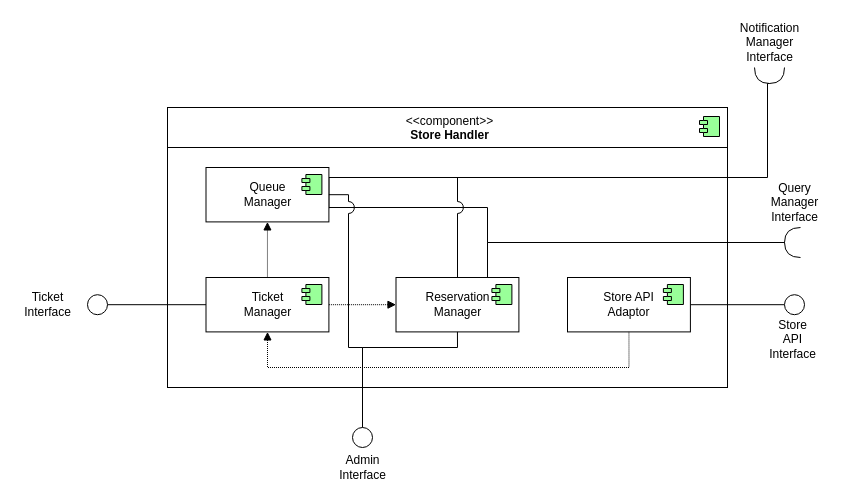
The draw.io diagram DD/images/draw.io/store_handler.drawio in andreafra/Software-Engineering-2-Project-2021, before the edit. Source tidied: cells renumbered, new cells numbered last; positions are measured from the earlier drawing's top-left corner, leaving out a move shared by most shapes. Both pictures are drawn from the tidied source at 100%, with x=0, y=0 at pixel (17, 17).
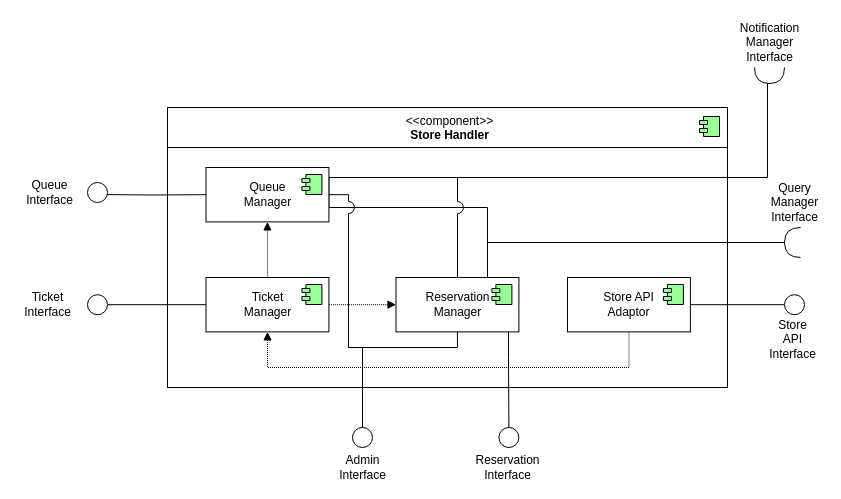
The same page after the edit.

Commit message (it also covers changes not shown here):
update component diagrams

Unchanged cells that the change refers to:
```xml
<mxCell id="8" value="Queue&lt;br&gt;Manager" style="html=1;" parent="1" vertex="1">
  <mxGeometry x="188.5" y="150" width="122.9" height="54.4" as="geometry" />
</mxCell>
<mxCell id="12" value="Reservation&lt;br&gt;Manager" style="html=1;" parent="1" vertex="1">
  <mxGeometry x="378.5" y="260" width="122.9" height="54.4" as="geometry" />
</mxCell>
```

Change to the diagram source:
```diff
@@
+    <mxCell id="35" style="edgeStyle=orthogonalEdgeStyle;rounded=0;jettySize=auto;html=1;endArrow=none;endFill=0;entryX=0.5;entryY=0;entryDx=0;entryDy=0;" parent="1" edge="1" source="12" target="36">
+      <mxGeometry relative="1" as="geometry">
+        <Array as="points">
+          <mxPoint x="491" y="340" />
+          <mxPoint x="491" y="340" />
+        </Array>
+      </mxGeometry>
+    </mxCell>
@@
+    <mxCell id="36" style="ellipse;fillColor=#ffffff;strokeColor=#000000;align=center;" parent="1" vertex="1">
+      <mxGeometry x="481.4" y="410" width="20" height="20" as="geometry" />
+    </mxCell>
+    <mxCell id="37" value="Reservation&lt;br&gt;Interface" style="text;html=1;align=center;verticalAlign=middle;" parent="1" vertex="1">
+      <mxGeometry x="450" y="435" width="80" height="30" as="geometry" />
+    </mxCell>
+    <mxCell id="38" style="edgeStyle=orthogonalEdgeStyle;rounded=0;jettySize=auto;html=1;entryX=0;entryY=0.5;entryDx=0;entryDy=0;endArrow=none;endFill=0;" parent="1" edge="1" target="8">
+      <mxGeometry relative="1" as="geometry">
+        <mxPoint x="80" y="177" as="sourcePoint" />
+      </mxGeometry>
+    </mxCell>
+    <mxCell id="39" style="ellipse;fillColor=#ffffff;strokeColor=#000000;align=center;" parent="1" vertex="1">
+      <mxGeometry x="70" y="165" width="20" height="20" as="geometry" />
+    </mxCell>
+    <mxCell id="40" value="Queue&lt;br&gt;Interface" style="text;html=1;align=center;verticalAlign=middle;" parent="1" vertex="1">
+      <mxGeometry x="2" y="160" width="60" height="30" as="geometry" />
+    </mxCell>
```
